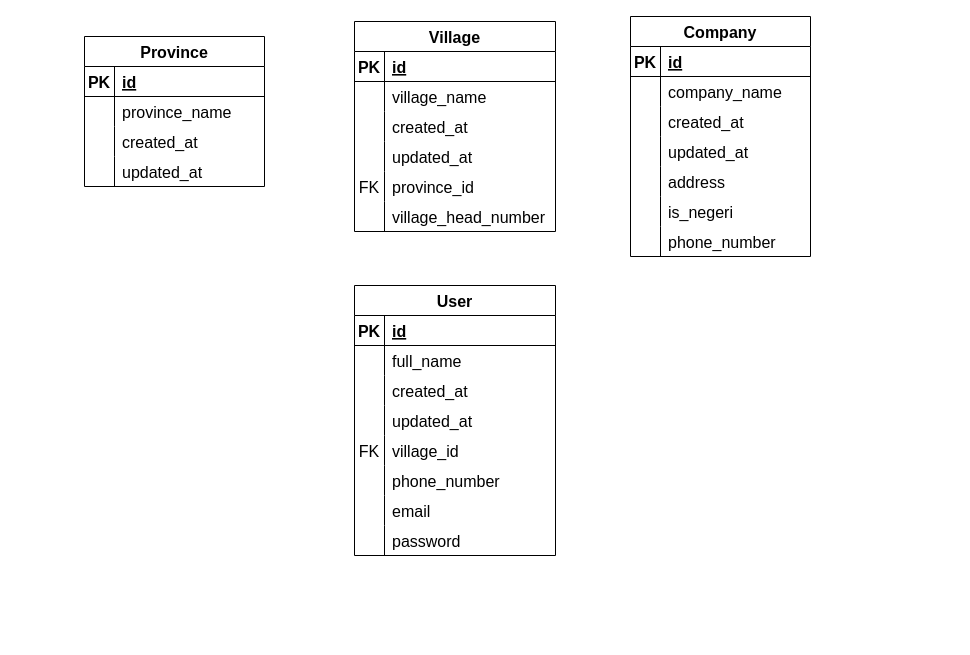
The draw.io diagram diagram/Untitled Diagram.drawio in Yoga3911/ids_diagram, before the edit. Source tidied: cells renumbered, new cells numbered last; positions are measured from the earlier drawing's top-left corner, leaving out a move shared by most shapes. Both pictures are drawn from the tidied source at 100%, with x=0, y=0 at pixel (84, 16).
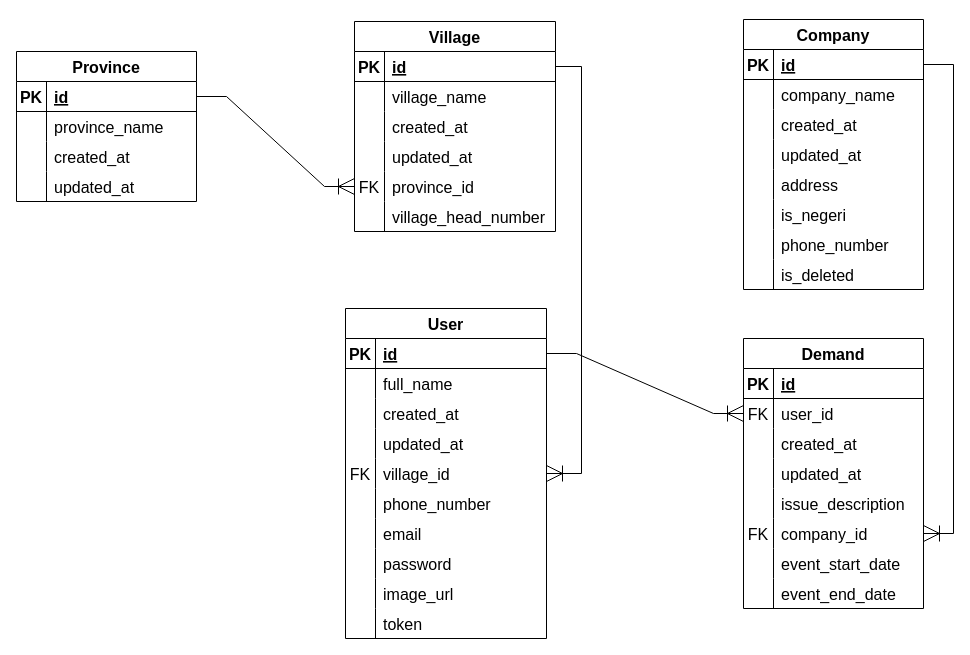
The same page after the edit.

The change refers to these unchanged cells:
```xml
<mxCell id="3" style="shape=tableRow;horizontal=0;startSize=0;swimlaneHead=0;swimlaneBody=0;fillColor=none;points=[[0,0.5],[1,0.5]];portConstraint=eastwest;top=0;left=0;right=0;bottom=1;fontSize=16;" parent="2" vertex="1">
  <mxGeometry y="30" width="180" height="30" as="geometry" />
</mxCell>
<mxCell id="16" style="shape=tableRow;horizontal=0;startSize=0;swimlaneHead=0;swimlaneBody=0;fillColor=none;points=[[0,0.5],[1,0.5]];portConstraint=eastwest;top=0;left=0;right=0;bottom=1;fontSize=16;" parent="15" vertex="1">
  <mxGeometry y="30" width="201" height="30" as="geometry" />
</mxCell>
<mxCell id="28" style="shape=tableRow;horizontal=0;startSize=0;swimlaneHead=0;swimlaneBody=0;fillColor=none;points=[[0,0.5],[1,0.5]];portConstraint=eastwest;top=0;left=0;right=0;bottom=0;fontSize=16;" parent="15" vertex="1">
  <mxGeometry y="150" width="201" height="30" as="geometry" />
</mxCell>
<mxCell id="35" style="shape=tableRow;horizontal=0;startSize=0;swimlaneHead=0;swimlaneBody=0;fillColor=none;points=[[0,0.5],[1,0.5]];portConstraint=eastwest;top=0;left=0;right=0;bottom=1;fontSize=16;" parent="34" vertex="1">
  <mxGeometry y="30" width="180" height="30" as="geometry" />
</mxCell>
<mxCell id="57" style="shape=tableRow;horizontal=0;startSize=0;swimlaneHead=0;swimlaneBody=0;fillColor=none;points=[[0,0.5],[1,0.5]];portConstraint=eastwest;top=0;left=0;right=0;bottom=1;fontSize=16;" parent="56" vertex="1">
  <mxGeometry y="30" width="201" height="30" as="geometry" />
</mxCell>
<mxCell id="69" style="shape=tableRow;horizontal=0;startSize=0;swimlaneHead=0;swimlaneBody=0;fillColor=none;points=[[0,0.5],[1,0.5]];portConstraint=eastwest;top=0;left=0;right=0;bottom=0;fontSize=16;" parent="56" vertex="1">
  <mxGeometry y="150" width="201" height="30" as="geometry" />
</mxCell>
```

Change to the diagram source:
```diff
@@
     <mxCell id="2" value="Province" style="shape=table;startSize=30;childLayout=tableLayout;rowLines=0;fontStyle=1;align=center;fontSize=16;" parent="1" vertex="1">
-      <mxGeometry y="20" width="180" height="150" as="geometry" />
+      <mxGeometry x="-68" y="35" width="180" height="150" as="geometry" />
     </mxCell>
@@
     <mxCell id="34" value="Company" style="shape=table;startSize=30;childLayout=tableLayout;rowLines=0;fontStyle=1;align=center;fontSize=16;" parent="1" vertex="1">
-      <mxGeometry x="546" width="180" height="240" as="geometry" />
+      <mxGeometry x="659" y="3" width="180" height="270" as="geometry" />
     </mxCell>
@@
+    <mxCell id="81" style="shape=tableRow;horizontal=0;startSize=0;swimlaneHead=0;swimlaneBody=0;fillColor=none;top=0;left=0;right=0;bottom=0;fontSize=16;" parent="34" vertex="1">
+      <mxGeometry y="240" width="180" height="30" as="geometry" />
+    </mxCell>
+    <mxCell id="82" style="shape=partialRectangle;fillColor=none;top=0;left=0;bottom=0;right=0;overflow=hidden;fontSize=16;" parent="81" vertex="1">
+      <mxGeometry width="30" height="30" as="geometry" />
+    </mxCell>
+    <mxCell id="83" value="is_deleted" style="shape=partialRectangle;fillColor=none;top=0;left=0;bottom=0;right=0;align=left;spacingLeft=6;overflow=hidden;fontSize=16;" parent="81" vertex="1">
+      <mxGeometry x="30" width="150" height="30" as="geometry" />
+    </mxCell>
     <mxCell id="56" value="User" style="shape=table;startSize=30;childLayout=tableLayout;rowLines=0;fontStyle=1;align=center;fontSize=16;" parent="1" vertex="1">
-      <mxGeometry x="270" y="269" width="201" height="270" as="geometry" />
+      <mxGeometry x="261" y="292" width="201" height="330" as="geometry" />
     </mxCell>
@@
+    <mxCell id="84" style="shape=tableRow;horizontal=0;startSize=0;swimlaneHead=0;swimlaneBody=0;fillColor=none;top=0;left=0;right=0;bottom=0;fontSize=16;" parent="56" vertex="1">
+      <mxGeometry y="270" width="201" height="30" as="geometry" />
+    </mxCell>
+    <mxCell id="85" style="shape=partialRectangle;fillColor=none;top=0;left=0;bottom=0;right=0;overflow=hidden;fontSize=16;" parent="84" vertex="1">
+      <mxGeometry width="30" height="30" as="geometry" />
+    </mxCell>
+    <mxCell id="86" value="image_url" style="shape=partialRectangle;fillColor=none;top=0;left=0;bottom=0;right=0;align=left;spacingLeft=6;overflow=hidden;fontSize=16;" parent="84" vertex="1">
+      <mxGeometry x="30" width="171" height="30" as="geometry" />
+    </mxCell>
+    <mxCell id="87" style="shape=tableRow;horizontal=0;startSize=0;swimlaneHead=0;swimlaneBody=0;fillColor=none;top=0;left=0;right=0;bottom=0;fontSize=16;" parent="56" vertex="1">
+      <mxGeometry y="300" width="201" height="30" as="geometry" />
+    </mxCell>
+    <mxCell id="88" style="shape=partialRectangle;fillColor=none;top=0;left=0;bottom=0;right=0;overflow=hidden;fontSize=16;" parent="87" vertex="1">
+      <mxGeometry width="30" height="30" as="geometry" />
+    </mxCell>
+    <mxCell id="89" value="token" style="shape=partialRectangle;fillColor=none;top=0;left=0;bottom=0;right=0;align=left;spacingLeft=6;overflow=hidden;fontSize=16;" parent="87" vertex="1">
+      <mxGeometry x="30" width="171" height="30" as="geometry" />
+    </mxCell>
+    <mxCell id="90" value="Demand" style="shape=table;startSize=30;childLayout=tableLayout;rowLines=0;fontStyle=1;align=center;fontSize=16;" parent="1" vertex="1">
+      <mxGeometry x="659" y="322" width="180" height="270" as="geometry" />
+    </mxCell>
+    <mxCell id="91" style="shape=tableRow;horizontal=0;startSize=0;swimlaneHead=0;swimlaneBody=0;fillColor=none;top=0;left=0;right=0;bottom=1;fontSize=16;" parent="90" vertex="1">
+      <mxGeometry y="30" width="180" height="30" as="geometry" />
+    </mxCell>
+    <mxCell id="92" value="PK" style="shape=partialRectangle;fillColor=none;top=0;left=0;bottom=0;right=0;fontStyle=1;overflow=hidden;fontSize=16;" parent="91" vertex="1">
+      <mxGeometry width="30" height="30" as="geometry" />
+    </mxCell>
+    <mxCell id="93" value="id" style="shape=partialRectangle;fillColor=none;top=0;left=0;bottom=0;right=0;align=left;spacingLeft=6;fontStyle=5;overflow=hidden;fontSize=16;" parent="91" vertex="1">
+      <mxGeometry x="30" width="150" height="30" as="geometry" />
+    </mxCell>
+    <mxCell id="94" style="shape=tableRow;horizontal=0;startSize=0;swimlaneHead=0;swimlaneBody=0;fillColor=none;points=[[0,0.5],[1,0.5]];portConstraint=eastwest;top=0;left=0;right=0;bottom=0;fontSize=16;" parent="90" vertex="1">
+      <mxGeometry y="60" width="180" height="30" as="geometry" />
+    </mxCell>
+    <mxCell id="95" value="FK" style="shape=partialRectangle;fillColor=none;top=0;left=0;bottom=0;right=0;overflow=hidden;fontSize=16;" parent="94" vertex="1">
+      <mxGeometry width="30" height="30" as="geometry" />
+    </mxCell>
+    <mxCell id="96" value="user_id" style="shape=partialRectangle;fillColor=none;top=0;left=0;bottom=0;right=0;align=left;spacingLeft=6;overflow=hidden;fontSize=16;" parent="94" vertex="1">
+      <mxGeometry x="30" width="150" height="30" as="geometry" />
+    </mxCell>
+    <mxCell id="97" style="shape=tableRow;horizontal=0;startSize=0;swimlaneHead=0;swimlaneBody=0;fillColor=none;top=0;left=0;right=0;bottom=0;fontSize=16;" parent="90" vertex="1">
+      <mxGeometry y="90" width="180" height="30" as="geometry" />
+    </mxCell>
+    <mxCell id="98" style="shape=partialRectangle;fillColor=none;top=0;left=0;bottom=0;right=0;overflow=hidden;fontSize=16;" parent="97" vertex="1">
+      <mxGeometry width="30" height="30" as="geometry" />
+    </mxCell>
+    <mxCell id="99" value="created_at" style="shape=partialRectangle;fillColor=none;top=0;left=0;bottom=0;right=0;align=left;spacingLeft=6;overflow=hidden;fontSize=16;" parent="97" vertex="1">
+      <mxGeometry x="30" width="150" height="30" as="geometry" />
+    </mxCell>
+    <mxCell id="100" style="shape=tableRow;horizontal=0;startSize=0;swimlaneHead=0;swimlaneBody=0;fillColor=none;top=0;left=0;right=0;bottom=0;fontSize=16;" parent="90" vertex="1">
+      <mxGeometry y="120" width="180" height="30" as="geometry" />
+    </mxCell>
+    <mxCell id="101" style="shape=partialRectangle;fillColor=none;top=0;left=0;bottom=0;right=0;overflow=hidden;fontSize=16;" parent="100" vertex="1">
+      <mxGeometry width="30" height="30" as="geometry" />
+    </mxCell>
+    <mxCell id="102" value="updated_at" style="shape=partialRectangle;fillColor=none;top=0;left=0;bottom=0;right=0;align=left;spacingLeft=6;overflow=hidden;fontSize=16;" parent="100" vertex="1">
+      <mxGeometry x="30" width="150" height="30" as="geometry" />
+    </mxCell>
+    <mxCell id="103" style="shape=tableRow;horizontal=0;startSize=0;swimlaneHead=0;swimlaneBody=0;fillColor=none;top=0;left=0;right=0;bottom=0;fontSize=16;" parent="90" vertex="1">
+      <mxGeometry y="150" width="180" height="30" as="geometry" />
+    </mxCell>
+    <mxCell id="104" style="shape=partialRectangle;fillColor=none;top=0;left=0;bottom=0;right=0;overflow=hidden;fontSize=16;" parent="103" vertex="1">
+      <mxGeometry width="30" height="30" as="geometry" />
+    </mxCell>
+    <mxCell id="105" value="issue_description" style="shape=partialRectangle;fillColor=none;top=0;left=0;bottom=0;right=0;align=left;spacingLeft=6;overflow=hidden;fontSize=16;" parent="103" vertex="1">
+      <mxGeometry x="30" width="150" height="30" as="geometry" />
+    </mxCell>
+    <mxCell id="106" style="shape=tableRow;horizontal=0;startSize=0;swimlaneHead=0;swimlaneBody=0;fillColor=none;points=[[0,0.5],[1,0.5]];portConstraint=eastwest;top=0;left=0;right=0;bottom=0;fontSize=16;" parent="90" vertex="1">
+      <mxGeometry y="180" width="180" height="30" as="geometry" />
+    </mxCell>
+    <mxCell id="107" value="FK" style="shape=partialRectangle;fillColor=none;top=0;left=0;bottom=0;right=0;overflow=hidden;fontSize=16;" parent="106" vertex="1">
+      <mxGeometry width="30" height="30" as="geometry" />
+    </mxCell>
+    <mxCell id="108" value="company_id" style="shape=partialRectangle;fillColor=none;top=0;left=0;bottom=0;right=0;align=left;spacingLeft=6;overflow=hidden;fontSize=16;" parent="106" vertex="1">
+      <mxGeometry x="30" width="150" height="30" as="geometry" />
+    </mxCell>
+    <mxCell id="109" style="shape=tableRow;horizontal=0;startSize=0;swimlaneHead=0;swimlaneBody=0;fillColor=none;top=0;left=0;right=0;bottom=0;fontSize=16;" parent="90" vertex="1">
+      <mxGeometry y="210" width="180" height="30" as="geometry" />
+    </mxCell>
+    <mxCell id="110" style="shape=partialRectangle;fillColor=none;top=0;left=0;bottom=0;right=0;overflow=hidden;fontSize=16;" parent="109" vertex="1">
+      <mxGeometry width="30" height="30" as="geometry" />
+    </mxCell>
+    <mxCell id="111" value="event_start_date" style="shape=partialRectangle;fillColor=none;top=0;left=0;bottom=0;right=0;align=left;spacingLeft=6;overflow=hidden;fontSize=16;" parent="109" vertex="1">
+      <mxGeometry x="30" width="150" height="30" as="geometry" />
+    </mxCell>
+    <mxCell id="112" style="shape=tableRow;horizontal=0;startSize=0;swimlaneHead=0;swimlaneBody=0;fillColor=none;top=0;left=0;right=0;bottom=0;fontSize=16;" parent="90" vertex="1">
+      <mxGeometry y="240" width="180" height="30" as="geometry" />
+    </mxCell>
+    <mxCell id="113" style="shape=partialRectangle;fillColor=none;top=0;left=0;bottom=0;right=0;overflow=hidden;fontSize=16;" parent="112" vertex="1">
+      <mxGeometry width="30" height="30" as="geometry" />
+    </mxCell>
+    <mxCell id="114" value="event_end_date" style="shape=partialRectangle;fillColor=none;top=0;left=0;bottom=0;right=0;align=left;spacingLeft=6;overflow=hidden;fontSize=16;" parent="112" vertex="1">
+      <mxGeometry x="30" width="150" height="30" as="geometry" />
+    </mxCell>
+    <mxCell id="115" style="fontSize=12;html=1;endArrow=ERoneToMany;rounded=0;startSize=14;endSize=14;sourcePerimeterSpacing=8;targetPerimeterSpacing=8;edgeStyle=orthogonalEdgeStyle;exitX=1;exitY=0.5;exitDx=0;exitDy=0;entryX=1;entryY=0.5;entryDx=0;entryDy=0;" parent="1" edge="1" source="16" target="69">
+      <mxGeometry relative="1" as="geometry">
+        <Array as="points">
+          <mxPoint x="497" y="50" />
+          <mxPoint x="497" y="457" />
+        </Array>
+      </mxGeometry>
+    </mxCell>
+    <mxCell id="116" style="edgeStyle=entityRelationEdgeStyle;fontSize=12;html=1;endArrow=ERoneToMany;rounded=0;startSize=14;endSize=14;sourcePerimeterSpacing=8;targetPerimeterSpacing=8;entryX=0;entryY=0.5;entryDx=0;entryDy=0;exitX=1;exitY=0.5;exitDx=0;exitDy=0;" parent="1" edge="1" source="3" target="28">
+      <mxGeometry relative="1" as="geometry" />
+    </mxCell>
+    <mxCell id="117" style="edgeStyle=entityRelationEdgeStyle;fontSize=12;html=1;endArrow=ERoneToMany;rounded=0;startSize=14;endSize=14;sourcePerimeterSpacing=8;targetPerimeterSpacing=8;exitX=1;exitY=0.5;exitDx=0;exitDy=0;entryX=0;entryY=0.5;entryDx=0;entryDy=0;" parent="1" edge="1" source="57" target="94">
+      <mxGeometry relative="1" as="geometry" />
+    </mxCell>
+    <mxCell id="118" style="edgeStyle=entityRelationEdgeStyle;fontSize=12;html=1;endArrow=ERoneToMany;rounded=0;startSize=14;endSize=14;sourcePerimeterSpacing=8;targetPerimeterSpacing=8;exitX=1;exitY=0.5;exitDx=0;exitDy=0;entryX=1;entryY=0.5;entryDx=0;entryDy=0;" parent="1" edge="1" source="35" target="106">
+      <mxGeometry relative="1" as="geometry" />
+    </mxCell>
```
